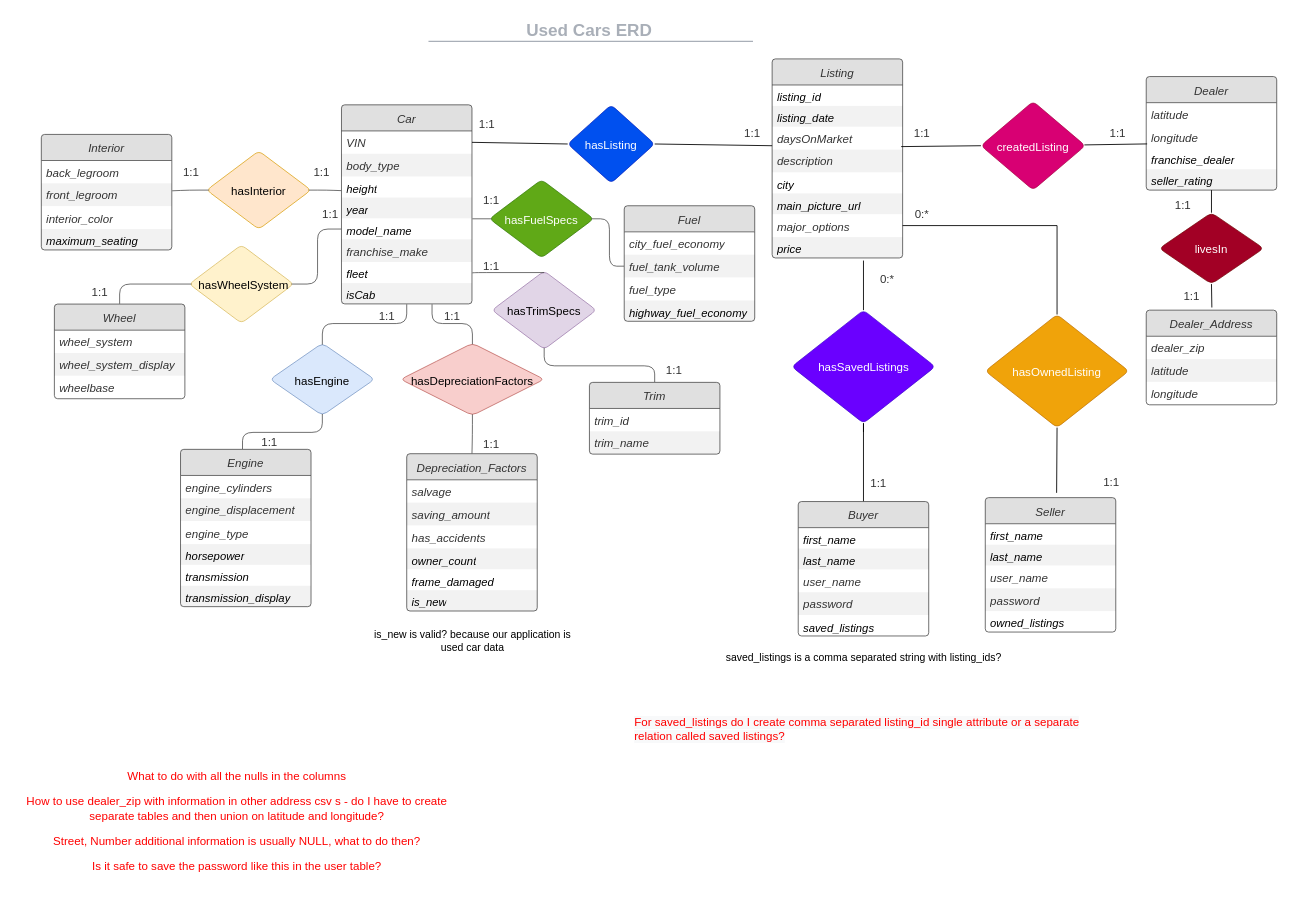
Above: ERD/ERD1.drawio in abmfocus4/UsedCars-db (draw.io), before the change. Source tidied: cells renumbered, new cells numbered last; positions are measured from the earlier drawing's top-left corner, leaving out a move shared by most shapes. Both pictures are drawn from the tidied source at 87%, with x=0, y=0 at pixel (15, 15).
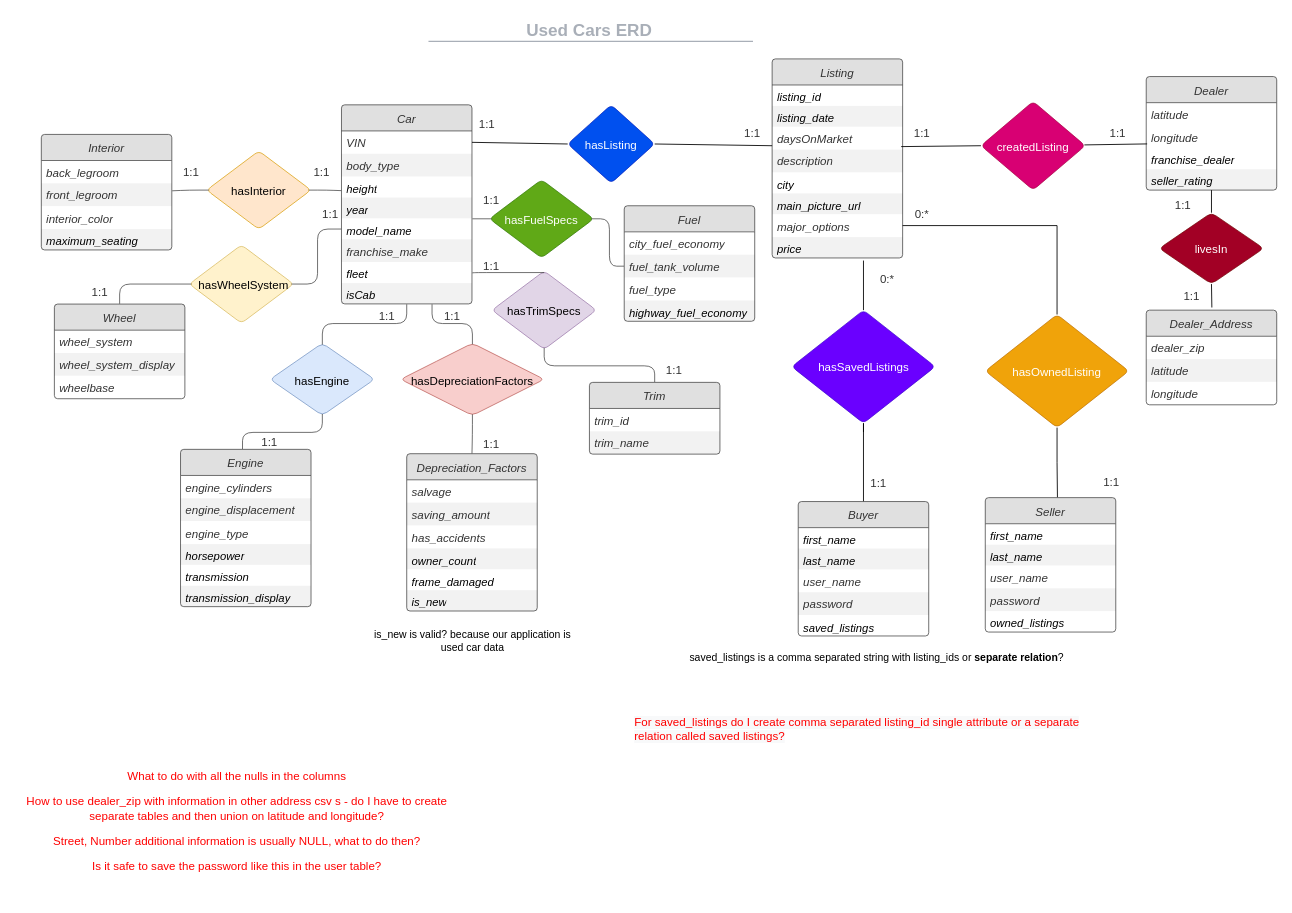
The same page after the edit.

Commit message:
Qs about separate relations

Unchanged cells that the change refers to:
```xml
<mxCell id="125" value="Seller" style="html=1;overflow=block;blockSpacing=1;whiteSpace=wrap;swimlane;horizontal=1;fontStyle=0;swimlaneFillColor=#ffffff;startSize=30;whiteSpace=wrap;fontSize=13.3;fontColor=#333333;fontStyle=2;align=center;spacingLeft=8.4;spacingRight=8.4;spacingTop=2.4;whiteSpace=wrap;fontFamily=Helvetica;spacing=3.6;strokeColor=#333333;strokeOpacity=100;fillOpacity=100;rounded=1;absoluteArcSize=1;arcSize=7.5;fillColor=#ffffff;strokeWidth=0.8;fillColor=#e0e0e0;" parent="1" vertex="1">
  <mxGeometry x="1115" y="554.5" width="150" height="154.5" as="geometry" />
</mxCell>
<mxCell id="133" value="hasOwnedListing" style="html=1;overflow=block;blockSpacing=1;whiteSpace=wrap;rhombus;whiteSpace=wrap;fontSize=13.3;fontColor=#ffffff;align=center;spacingLeft=8.4;spacingRight=8.4;spacingTop=2.4;spacing=3.8;strokeColor=#BD7000;strokeOpacity=100;fillOpacity=100;rounded=1;absoluteArcSize=1;arcSize=12;fillColor=#f0a30a;strokeWidth=0.8;" parent="1" vertex="1">
  <mxGeometry x="1115" y="344" width="165" height="130" as="geometry" />
</mxCell>
```

Change to the diagram source:
```diff
@@
-    <mxCell id="121" value="saved_listings is a comma separated string with listing_ids?" style="text;html=1;align=center;verticalAlign=middle;" parent="1" vertex="1">
-      <mxGeometry x="810" y="729" width="330" height="20" as="geometry" />
+    <mxCell id="121" value="saved_listings is a comma separated string with listing_ids or &lt;b&gt;separate relation&lt;/b&gt;?" style="text;html=1;align=center;verticalAlign=middle;" parent="1" vertex="1">
+      <mxGeometry x="765" y="729" width="450" height="20" as="geometry" />
     </mxCell>
@@
-    <mxCell id="132" style="edgeStyle=orthogonalEdgeStyle;rounded=0;jettySize=auto;html=1;exitX=0.5;exitY=1;exitDx=0;exitDy=0;endArrow=none;endFill=0;" parent="1" edge="1" source="133">
-      <mxGeometry relative="1" as="geometry">
-        <mxPoint x="1197" y="549" as="targetPoint" />
-      </mxGeometry>
+    <mxCell id="132" style="edgeStyle=orthogonalEdgeStyle;rounded=0;jettySize=auto;html=1;exitX=0.5;exitY=1;exitDx=0;exitDy=0;endArrow=none;endFill=0;entryX=0.553;entryY=-0.003;entryDx=0;entryDy=0;entryPerimeter=0;" parent="1" edge="1" source="133" target="125">
+      <mxGeometry relative="1" as="geometry" />
     </mxCell>
```
